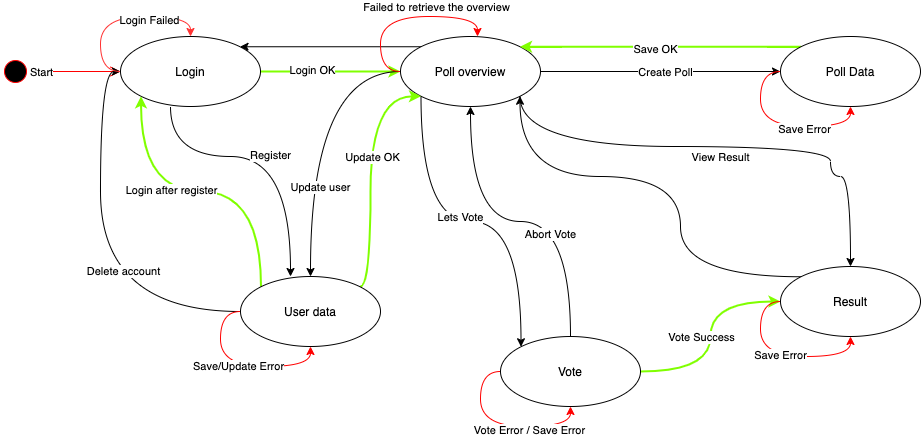
This is DesignDocument/AppFlow/FeedApp_FlowDiagram.png from spydx/dat250gruppe9, a draw.io export, as it was before one commit. Source tidied: cells renumbered, new cells last; positions are measured from the earlier drawing's top-left corner, leaving out a move shared by most shapes. Source of this version:
```xml
<mxGraphModel background="#ffffff">
  <root>
    <mxCell id="0" />
    <mxCell id="1" parent="0" />
    <mxCell id="2" style="ellipse;html=1;shape=startState;fillColor=#000000;strokeColor=#ff0000;" parent="1" vertex="1">
      <mxGeometry y="40" width="30" height="30" as="geometry" />
    </mxCell>
    <mxCell id="3" style="edgeStyle=orthogonalEdgeStyle;html=1;verticalAlign=bottom;endArrow=open;endSize=8;strokeColor=#ff0000;" parent="1" edge="1" source="2">
      <mxGeometry relative="1" as="geometry">
        <mxPoint x="120" y="55" as="targetPoint" />
      </mxGeometry>
    </mxCell>
    <mxCell id="4" value="Start" style="edgeLabel;html=1;align=center;verticalAlign=middle;" parent="3" vertex="1">
      <mxGeometry x="-0.78" relative="1" as="geometry" />
    </mxCell>
    <mxCell id="5" style="edgeStyle=orthogonalEdgeStyle;curved=1;orthogonalLoop=1;jettySize=auto;html=1;exitX=0.5;exitY=1;exitDx=0;exitDy=0;" parent="1" edge="1">
      <mxGeometry relative="1" as="geometry">
        <mxPoint x="170" y="90" as="sourcePoint" />
        <mxPoint x="290" y="260" as="targetPoint" />
        <Array as="points">
          <mxPoint x="170" y="140" />
          <mxPoint x="290" y="140" />
        </Array>
      </mxGeometry>
    </mxCell>
    <mxCell id="6" value="Register" style="edgeLabel;html=1;align=center;verticalAlign=middle;" parent="5" vertex="1">
      <mxGeometry x="0.03" y="2" relative="1" as="geometry" />
    </mxCell>
    <mxCell id="7" style="edgeStyle=orthogonalEdgeStyle;curved=1;jettySize=auto;html=1;exitX=1;exitY=0.5;exitDx=0;exitDy=0;entryX=0;entryY=0.5;entryDx=0;entryDy=0;strokeColor=#80FF00;strokeWidth=2;" parent="1" edge="1" source="9" target="19">
      <mxGeometry relative="1" as="geometry" />
    </mxCell>
    <mxCell id="8" value="Login OK" style="edgeLabel;html=1;align=center;verticalAlign=middle;" parent="7" vertex="1">
      <mxGeometry x="-0.27" y="2" relative="1" as="geometry" />
    </mxCell>
    <mxCell id="9" value="Login" style="ellipse;whiteSpace=wrap;html=1;" parent="1" vertex="1">
      <mxGeometry x="120" y="20" width="140" height="70" as="geometry" />
    </mxCell>
    <mxCell id="10" style="edgeStyle=orthogonalEdgeStyle;jettySize=auto;html=1;curved=1;" parent="1" edge="1" source="19" target="26">
      <mxGeometry relative="1" as="geometry" />
    </mxCell>
    <mxCell id="11" value="Update user" style="edgeLabel;html=1;align=center;verticalAlign=middle;" parent="10" vertex="1">
      <mxGeometry x="0.18" y="9" relative="1" as="geometry">
        <mxPoint y="31" as="offset" />
      </mxGeometry>
    </mxCell>
    <mxCell id="12" style="edgeStyle=orthogonalEdgeStyle;curved=1;jettySize=auto;html=1;exitX=1;exitY=0.5;exitDx=0;exitDy=0;" parent="1" edge="1" source="19" target="36">
      <mxGeometry relative="1" as="geometry" />
    </mxCell>
    <mxCell id="13" value="Create Poll" style="edgeLabel;html=1;align=center;verticalAlign=middle;" parent="12" vertex="1">
      <mxGeometry x="0.03" relative="1" as="geometry" />
    </mxCell>
    <mxCell id="14" style="edgeStyle=orthogonalEdgeStyle;curved=1;jettySize=auto;html=1;exitX=0;exitY=0;exitDx=0;exitDy=0;entryX=1;entryY=0;entryDx=0;entryDy=0;strokeWidth=1;" parent="1" edge="1" source="19" target="9">
      <mxGeometry relative="1" as="geometry" />
    </mxCell>
    <mxCell id="15" style="edgeStyle=orthogonalEdgeStyle;curved=1;jettySize=auto;html=1;exitX=0;exitY=1;exitDx=0;exitDy=0;entryX=0;entryY=0;entryDx=0;entryDy=0;strokeColor=#000000;strokeWidth=1;" parent="1" edge="1" source="19" target="31">
      <mxGeometry relative="1" as="geometry" />
    </mxCell>
    <mxCell id="16" value="Lets Vote" style="edgeLabel;html=1;align=center;verticalAlign=middle;" parent="15" vertex="1">
      <mxGeometry x="-0.31" y="39" relative="1" as="geometry" />
    </mxCell>
    <mxCell id="17" style="edgeStyle=orthogonalEdgeStyle;curved=1;jettySize=auto;html=1;exitX=1;exitY=1;exitDx=0;exitDy=0;entryX=0.5;entryY=0;entryDx=0;entryDy=0;strokeColor=#000000;strokeWidth=1;" parent="1" edge="1" source="19" target="33">
      <mxGeometry relative="1" as="geometry">
        <Array as="points">
          <mxPoint x="520" y="130" />
          <mxPoint x="830" y="130" />
          <mxPoint x="830" y="160" />
          <mxPoint x="850" y="160" />
        </Array>
      </mxGeometry>
    </mxCell>
    <mxCell id="18" value="View Result" style="edgeLabel;html=1;align=center;verticalAlign=middle;" parent="17" vertex="1">
      <mxGeometry x="-0.21" y="-26" relative="1" as="geometry">
        <mxPoint x="52.8" y="-16" as="offset" />
      </mxGeometry>
    </mxCell>
    <mxCell id="19" value="Poll overview" style="ellipse;whiteSpace=wrap;html=1;" parent="1" vertex="1">
      <mxGeometry x="400" y="20" width="140" height="70" as="geometry" />
    </mxCell>
    <mxCell id="20" style="edgeStyle=orthogonalEdgeStyle;curved=1;jettySize=auto;html=1;exitX=0;exitY=0;exitDx=0;exitDy=0;entryX=0;entryY=1;entryDx=0;entryDy=0;strokeWidth=2;strokeColor=#80FF00;" parent="1" edge="1" source="26" target="9">
      <mxGeometry relative="1" as="geometry" />
    </mxCell>
    <mxCell id="21" value="Login after register" style="edgeLabel;html=1;align=center;verticalAlign=middle;" parent="20" vertex="1">
      <mxGeometry x="-0.05" y="3" relative="1" as="geometry">
        <mxPoint x="-37.8" y="-5" as="offset" />
      </mxGeometry>
    </mxCell>
    <mxCell id="22" style="edgeStyle=orthogonalEdgeStyle;curved=1;jettySize=auto;html=1;exitX=0;exitY=0.5;exitDx=0;exitDy=0;entryX=0;entryY=0.5;entryDx=0;entryDy=0;strokeColor=#000000;strokeWidth=1;" parent="1" edge="1" source="26" target="9">
      <mxGeometry relative="1" as="geometry" />
    </mxCell>
    <mxCell id="23" value="Delete account" style="edgeLabel;html=1;align=center;verticalAlign=middle;" parent="22" vertex="1">
      <mxGeometry x="-0.41" y="-41" relative="1" as="geometry" />
    </mxCell>
    <mxCell id="24" style="edgeStyle=orthogonalEdgeStyle;curved=1;jettySize=auto;html=1;exitX=1;exitY=0;exitDx=0;exitDy=0;entryX=0;entryY=1;entryDx=0;entryDy=0;strokeWidth=2;strokeColor=#80FF00;" parent="1" edge="1" source="26" target="19">
      <mxGeometry relative="1" as="geometry">
        <Array as="points">
          <mxPoint x="370" y="270" />
          <mxPoint x="370" y="80" />
        </Array>
      </mxGeometry>
    </mxCell>
    <mxCell id="25" value="Update OK" style="edgeLabel;html=1;align=center;verticalAlign=middle;" parent="24" vertex="1">
      <mxGeometry x="-0.14" y="-1" relative="1" as="geometry">
        <mxPoint y="-31.8" as="offset" />
      </mxGeometry>
    </mxCell>
    <mxCell id="26" value="User data" style="ellipse;whiteSpace=wrap;html=1;" parent="1" vertex="1">
      <mxGeometry x="240" y="260" width="140" height="70" as="geometry" />
    </mxCell>
    <mxCell id="27" style="edgeStyle=orthogonalEdgeStyle;curved=1;jettySize=auto;html=1;exitX=1;exitY=0.5;exitDx=0;exitDy=0;entryX=0;entryY=0.5;entryDx=0;entryDy=0;strokeWidth=2;strokeColor=#80FF00;" parent="1" edge="1" source="31" target="33">
      <mxGeometry relative="1" as="geometry" />
    </mxCell>
    <mxCell id="28" value="Vote Success&lt;br&gt;" style="edgeLabel;html=1;align=center;verticalAlign=middle;" parent="27" vertex="1">
      <mxGeometry x="0.27" y="-2" relative="1" as="geometry">
        <mxPoint x="-12" y="28" as="offset" />
      </mxGeometry>
    </mxCell>
    <mxCell id="29" style="edgeStyle=orthogonalEdgeStyle;curved=1;jettySize=auto;html=1;exitX=0.5;exitY=0;exitDx=0;exitDy=0;entryX=0.5;entryY=1;entryDx=0;entryDy=0;strokeColor=#000000;strokeWidth=1;" parent="1" edge="1" source="31" target="19">
      <mxGeometry relative="1" as="geometry" />
    </mxCell>
    <mxCell id="30" value="Abort Vote" style="edgeLabel;html=1;align=center;verticalAlign=middle;" parent="29" vertex="1">
      <mxGeometry x="-0.38" y="21" relative="1" as="geometry" />
    </mxCell>
    <mxCell id="31" value="Vote" style="ellipse;whiteSpace=wrap;html=1;" parent="1" vertex="1">
      <mxGeometry x="500" y="320" width="140" height="70" as="geometry" />
    </mxCell>
    <mxCell id="32" style="edgeStyle=orthogonalEdgeStyle;curved=1;jettySize=auto;html=1;exitX=0;exitY=0;exitDx=0;exitDy=0;entryX=1;entryY=1;entryDx=0;entryDy=0;strokeColor=#000000;strokeWidth=1;" parent="1" edge="1" source="33" target="19">
      <mxGeometry relative="1" as="geometry">
        <Array as="points">
          <mxPoint x="680" y="260" />
          <mxPoint x="680" y="160" />
          <mxPoint x="520" y="160" />
        </Array>
      </mxGeometry>
    </mxCell>
    <mxCell id="33" value="Result" style="ellipse;whiteSpace=wrap;html=1;" parent="1" vertex="1">
      <mxGeometry x="780" y="250" width="140" height="70" as="geometry" />
    </mxCell>
    <mxCell id="34" style="edgeStyle=orthogonalEdgeStyle;curved=1;jettySize=auto;html=1;exitX=0;exitY=0;exitDx=0;exitDy=0;entryX=1;entryY=0;entryDx=0;entryDy=0;strokeWidth=2;strokeColor=#80FF00;" parent="1" edge="1" source="36" target="19">
      <mxGeometry relative="1" as="geometry" />
    </mxCell>
    <mxCell id="35" value="Save OK" style="edgeLabel;html=1;align=center;verticalAlign=middle;" parent="34" vertex="1">
      <mxGeometry x="0.04" y="2" relative="1" as="geometry" />
    </mxCell>
    <mxCell id="36" value="Poll Data" style="ellipse;whiteSpace=wrap;html=1;" parent="1" vertex="1">
      <mxGeometry x="780" y="20" width="140" height="70" as="geometry" />
    </mxCell>
    <mxCell id="37" value="Save/Update Error&lt;br&gt;" style="edgeStyle=orthogonalEdgeStyle;curved=1;orthogonalLoop=1;jettySize=auto;html=1;exitX=0;exitY=0.5;exitDx=0;exitDy=0;strokeColor=#FF0000;" parent="1" edge="1" source="26" target="26">
      <mxGeometry relative="1" as="geometry" />
    </mxCell>
    <mxCell id="38" style="edgeStyle=orthogonalEdgeStyle;curved=1;orthogonalLoop=1;jettySize=auto;html=1;exitX=0;exitY=0.5;exitDx=0;exitDy=0;entryX=0.5;entryY=1;entryDx=0;entryDy=0;strokeColor=#FF0000;" parent="1" edge="1" source="31" target="31">
      <mxGeometry relative="1" as="geometry" />
    </mxCell>
    <mxCell id="39" value="Vote Error / Save Error" style="edgeLabel;html=1;align=center;verticalAlign=middle;" parent="38" vertex="1">
      <mxGeometry x="0.33" y="-3" relative="1" as="geometry" />
    </mxCell>
    <mxCell id="40" style="edgeStyle=orthogonalEdgeStyle;curved=1;orthogonalLoop=1;jettySize=auto;html=1;exitX=0;exitY=0.5;exitDx=0;exitDy=0;fillColor=#e51400;strokeColor=#FF0000;" parent="1" edge="1" source="33" target="33">
      <mxGeometry relative="1" as="geometry" />
    </mxCell>
    <mxCell id="41" value="Save Error&lt;br&gt;" style="edgeLabel;html=1;align=center;verticalAlign=middle;" parent="40" vertex="1">
      <mxGeometry x="0.02" y="2" relative="1" as="geometry" />
    </mxCell>
    <mxCell id="42" style="edgeStyle=orthogonalEdgeStyle;curved=1;orthogonalLoop=1;jettySize=auto;html=1;exitX=0;exitY=0.5;exitDx=0;exitDy=0;strokeColor=#FF0000;" parent="1" edge="1" source="36" target="36">
      <mxGeometry relative="1" as="geometry" />
    </mxCell>
    <mxCell id="43" value="Save Error&lt;br&gt;" style="edgeLabel;html=1;align=center;verticalAlign=middle;" parent="42" vertex="1">
      <mxGeometry x="0.28" y="-2" relative="1" as="geometry" />
    </mxCell>
    <mxCell id="44" style="edgeStyle=orthogonalEdgeStyle;curved=1;orthogonalLoop=1;jettySize=auto;html=1;exitX=0;exitY=0.5;exitDx=0;exitDy=0;entryX=0.5;entryY=0;entryDx=0;entryDy=0;strokeColor=#FF3333;" parent="1" edge="1" source="9" target="9">
      <mxGeometry relative="1" as="geometry">
        <Array as="points">
          <mxPoint x="100" y="55" />
          <mxPoint x="100" />
          <mxPoint x="190" />
        </Array>
      </mxGeometry>
    </mxCell>
    <mxCell id="45" value="Login Failed&lt;br&gt;" style="edgeLabel;html=1;align=center;verticalAlign=middle;" parent="44" vertex="1">
      <mxGeometry x="0.33" y="-3" relative="1" as="geometry" />
    </mxCell>
    <mxCell id="46" style="edgeStyle=orthogonalEdgeStyle;curved=1;orthogonalLoop=1;jettySize=auto;html=1;exitX=0;exitY=0.5;exitDx=0;exitDy=0;entryX=0.55;entryY=0;entryDx=0;entryDy=0;entryPerimeter=0;strokeColor=#FF0000;" parent="1" edge="1" source="19" target="19">
      <mxGeometry relative="1" as="geometry">
        <Array as="points">
          <mxPoint x="380" y="55" />
          <mxPoint x="380" />
          <mxPoint x="477" />
        </Array>
      </mxGeometry>
    </mxCell>
    <mxCell id="47" value="Failed to retrieve the overview" style="edgeLabel;html=1;align=center;verticalAlign=middle;" parent="46" vertex="1">
      <mxGeometry x="0.35" y="3" relative="1" as="geometry">
        <mxPoint y="-7" as="offset" />
      </mxGeometry>
    </mxCell>
  </root>
</mxGraphModel>
```
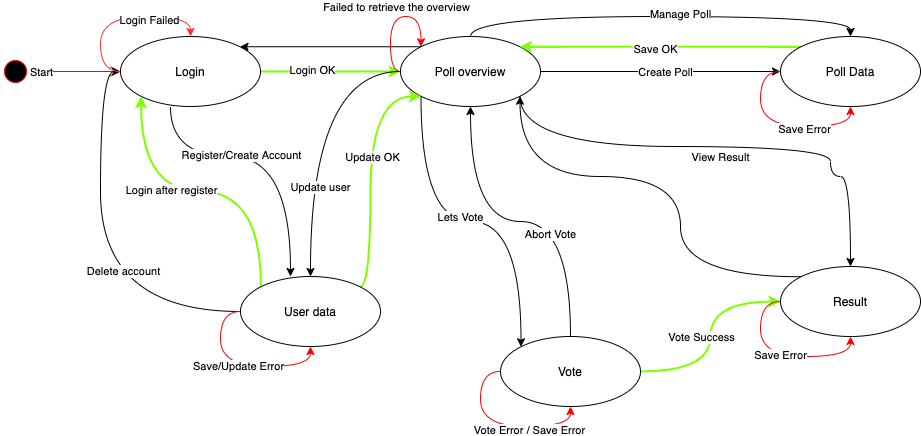
The same file after the commit.

Diff of the diagram source:
```diff
@@ -23,8 +23,10 @@
         </Array>
       </mxGeometry>
     </mxCell>
-    <mxCell id="6" value="Register" style="edgeLabel;html=1;align=center;verticalAlign=middle;" parent="5" vertex="1">
-      <mxGeometry x="0.03" y="2" relative="1" as="geometry" />
+    <mxCell id="6" value="Register/Create Account" style="edgeLabel;html=1;align=center;verticalAlign=middle;" parent="5" vertex="1">
+      <mxGeometry x="0.03" y="2" relative="1" as="geometry">
+        <mxPoint x="-29" as="offset" />
+      </mxGeometry>
     </mxCell>
     <mxCell id="7" style="edgeStyle=orthogonalEdgeStyle;curved=1;jettySize=auto;html=1;exitX=1;exitY=0.5;exitDx=0;exitDy=0;entryX=0;entryY=0.5;entryDx=0;entryDy=0;strokeColor=#80FF00;strokeWidth=2;" parent="1" edge="1" source="9" target="19">
       <mxGeometry relative="1" as="geometry" />
@@ -73,6 +75,12 @@
         <mxPoint x="52.8" y="-16" as="offset" />
       </mxGeometry>
     </mxCell>
+    <mxCell id="48" style="edgeStyle=orthogonalEdgeStyle;jettySize=auto;html=1;exitX=0.5;exitY=0;exitDx=0;exitDy=0;entryX=0.5;entryY=0;entryDx=0;entryDy=0;curved=1;" parent="1" edge="1" source="19" target="36">
+      <mxGeometry relative="1" as="geometry" />
+    </mxCell>
+    <mxCell id="49" value="Manage Poll" style="edgeLabel;html=1;align=center;verticalAlign=middle;" parent="48" vertex="1">
+      <mxGeometry x="0.09" y="3" relative="1" as="geometry" />
+    </mxCell>
     <mxCell id="19" value="Poll overview" style="ellipse;whiteSpace=wrap;html=1;" parent="1" vertex="1">
       <mxGeometry x="400" y="20" width="140" height="70" as="geometry" />
     </mxCell>
@@ -177,18 +185,18 @@
     <mxCell id="45" value="Login Failed&lt;br&gt;" style="edgeLabel;html=1;align=center;verticalAlign=middle;" parent="44" vertex="1">
       <mxGeometry x="0.33" y="-3" relative="1" as="geometry" />
     </mxCell>
-    <mxCell id="46" style="edgeStyle=orthogonalEdgeStyle;curved=1;orthogonalLoop=1;jettySize=auto;html=1;exitX=0;exitY=0.5;exitDx=0;exitDy=0;entryX=0.55;entryY=0;entryDx=0;entryDy=0;entryPerimeter=0;strokeColor=#FF0000;" parent="1" edge="1" source="19" target="19">
+    <mxCell id="46" style="edgeStyle=orthogonalEdgeStyle;orthogonalLoop=1;jettySize=auto;html=1;exitX=0;exitY=0.5;exitDx=0;exitDy=0;entryX=0;entryY=0;entryDx=0;entryDy=0;curved=1;strokeColor=#FF0000;" parent="1" edge="1" source="19" target="19">
       <mxGeometry relative="1" as="geometry">
         <Array as="points">
-          <mxPoint x="380" y="55" />
-          <mxPoint x="380" />
-          <mxPoint x="477" />
+          <mxPoint x="390" y="55" />
+          <mxPoint x="390" />
+          <mxPoint x="421" />
         </Array>
       </mxGeometry>
     </mxCell>
-    <mxCell id="47" value="Failed to retrieve the overview" style="edgeLabel;html=1;align=center;verticalAlign=middle;" parent="46" vertex="1">
-      <mxGeometry x="0.35" y="3" relative="1" as="geometry">
-        <mxPoint y="-7" as="offset" />
+    <mxCell id="47" value="Failed to retrieve the overview" style="edgeLabel;html=1;align=center;verticalAlign=middle;rotation=0;" parent="46" vertex="1">
+      <mxGeometry x="0.11" y="-4" relative="1" as="geometry">
+        <mxPoint y="-14" as="offset" />
       </mxGeometry>
     </mxCell>
   </root>
```
